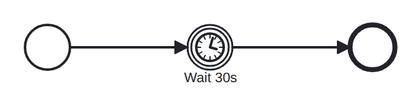
Before: conformance/catalog/diagrams/timer-catch.png, a diagram exported from BPMN (pblumer/atlas). Its source is kept beside it as conformance/models/timer-catch.bpmn. Ids are renumbered. Source of this version:
```xml
<!--
  Conformance micro-fixture: an intermediate timer catch event.

  Start -> intermediateCatchEvent "wait" (duration PT30S) -> End. The token parks
  until the timer is due. The driver advances the clock past the due date with
  Wait(31s) and fires due timers. Exercises the timer driver path.
-->
<definitions xmlns="http://www.omg.org/spec/BPMN/20100524/MODEL"
             xmlns:bpmndi="http://www.omg.org/spec/BPMN/20100524/DI"
             xmlns:dc="http://www.omg.org/spec/DD/20100524/DC"
             xmlns:di="http://www.omg.org/spec/DD/20100524/DI"
             id="defs_timer_catch" targetNamespace="http://atlas/conformance">
  <process id="timer-catch" name="Timer catch" isExecutable="true">
    <startEvent id="start"/>
    <intermediateCatchEvent id="wait" name="Wait 30s">
      <timerEventDefinition>
        <timeDuration>PT30S</timeDuration>
      </timerEventDefinition>
    </intermediateCatchEvent>
    <endEvent id="end"/>
    <sequenceFlow id="f1" sourceRef="start" targetRef="wait"/>
    <sequenceFlow id="f2" sourceRef="wait" targetRef="end"/>
  </process>
  <bpmndi:BPMNDiagram id="diagram">
    <bpmndi:BPMNPlane id="plane" bpmnElement="timer-catch">
      <bpmndi:BPMNShape id="di_start" bpmnElement="start"><dc:Bounds x="160" y="182" width="36" height="36"/></bpmndi:BPMNShape>
      <bpmndi:BPMNShape id="di_wait" bpmnElement="wait"><dc:Bounds x="290" y="182" width="36" height="36"/></bpmndi:BPMNShape>
      <bpmndi:BPMNShape id="di_end" bpmnElement="end"><dc:Bounds x="420" y="182" width="36" height="36"/></bpmndi:BPMNShape>
      <bpmndi:BPMNEdge id="di_f1" bpmnElement="f1"><di:waypoint x="196" y="200"/><di:waypoint x="290" y="200"/></bpmndi:BPMNEdge>
      <bpmndi:BPMNEdge id="di_f2" bpmnElement="f2"><di:waypoint x="326" y="200"/><di:waypoint x="420" y="200"/></bpmndi:BPMNEdge>
    </bpmndi:BPMNPlane>
  </bpmndi:BPMNDiagram>
</definitions>
```
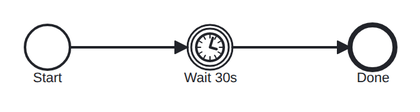
The same file after the commit.

Diff of the diagram source:
```diff
@@ -11,13 +11,13 @@
              xmlns:di="http://www.omg.org/spec/DD/20100524/DI"
              id="defs_timer_catch" targetNamespace="http://atlas/conformance">
   <process id="timer-catch" name="Timer catch" isExecutable="true">
-    <startEvent id="start"/>
+    <startEvent id="start" name="Start"/>
     <intermediateCatchEvent id="wait" name="Wait 30s">
       <timerEventDefinition>
         <timeDuration>PT30S</timeDuration>
       </timerEventDefinition>
     </intermediateCatchEvent>
-    <endEvent id="end"/>
+    <endEvent id="end" name="Done"/>
     <sequenceFlow id="f1" sourceRef="start" targetRef="wait"/>
     <sequenceFlow id="f2" sourceRef="wait" targetRef="end"/>
   </process>
```
